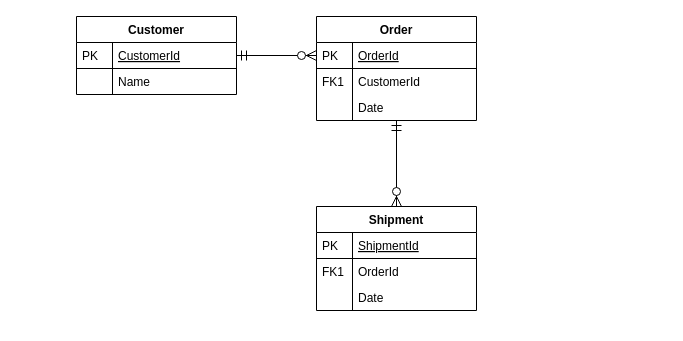
fguendling/due-diligence-tool keeps this draw.io diagram as Untitled Diagram.drawio. Above is the earlier version. Source tidied: cells renumbered, new cells numbered last; positions are measured from the earlier drawing's top-left corner, leaving out a move shared by most shapes. Both pictures are drawn from the tidied source at 100%, with x=0, y=0 at pixel (76, 16).
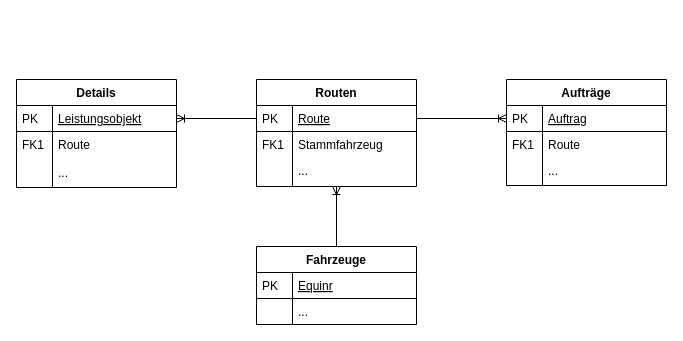
The same page after the edit.

Change to the diagram source:
```diff
@@
+    <mxCell id="23" style="fontSize=12;html=1;endArrow=ERoneToMany;entryX=0;entryY=0.5;entryDx=0;entryDy=0;exitX=1;exitY=0.5;exitDx=0;exitDy=0;" parent="1" edge="1" source="16" target="8">
+      <mxGeometry relative="1" as="geometry" />
+    </mxCell>
+    <mxCell id="24" style="fontSize=12;html=1;endArrow=ERoneToMany;exitX=0.5;exitY=0;exitDx=0;exitDy=0;" parent="1" edge="1" source="32">
+      <mxGeometry relative="1" as="geometry">
+        <mxPoint x="260" y="170" as="targetPoint" />
+      </mxGeometry>
+    </mxCell>
+    <mxCell id="25" style="fontSize=12;html=1;endArrow=ERoneToMany;exitX=0;exitY=0.5;exitDx=0;exitDy=0;entryX=1;entryY=0.5;entryDx=0;entryDy=0;" parent="1" edge="1" source="16" target="3">
+      <mxGeometry relative="1" as="geometry" />
+    </mxCell>
+    <mxCell id="15" value="Routen" style="swimlane;fontStyle=1;horizontal=1;startSize=26;rounded=0;shadow=0;strokeWidth=1;" parent="1" vertex="1">
+      <mxGeometry x="180" y="63" width="160" height="107" as="geometry" />
+    </mxCell>
+    <mxCell id="16" value="Route" style="shape=partialRectangle;top=0;left=0;right=0;bottom=1;align=left;verticalAlign=top;fillColor=none;spacingLeft=40;spacingRight=4;overflow=hidden;points=[[0,0.5],[1,0.5]];portConstraint=eastwest;rounded=0;shadow=0;strokeWidth=1;fontStyle=4;" parent="15" vertex="1">
+      <mxGeometry y="26" width="160" height="26" as="geometry" />
+    </mxCell>
+    <mxCell id="17" value="PK" style="shape=partialRectangle;top=0;left=0;bottom=0;fillColor=none;align=left;verticalAlign=top;spacingLeft=4;spacingRight=4;overflow=hidden;" parent="16" vertex="1">
+      <mxGeometry width="36" height="26" as="geometry" />
+    </mxCell>
+    <mxCell id="18" value="Stammfahrzeug" style="shape=partialRectangle;top=0;left=0;right=0;bottom=0;align=left;verticalAlign=top;fillColor=none;spacingLeft=40;spacingRight=4;overflow=hidden;rounded=0;shadow=0;strokeWidth=1;" parent="15" vertex="1">
+      <mxGeometry y="52" width="160" height="26" as="geometry" />
+    </mxCell>
+    <mxCell id="19" value="FK1" style="shape=partialRectangle;top=0;left=0;bottom=0;fillColor=none;align=left;verticalAlign=top;spacingLeft=4;spacingRight=4;overflow=hidden;" parent="18" vertex="1">
+      <mxGeometry width="36" height="26" as="geometry" />
+    </mxCell>
+    <mxCell id="26" value="..." style="shape=partialRectangle;top=0;left=0;right=0;bottom=0;align=left;verticalAlign=top;fillColor=none;spacingLeft=40;spacingRight=4;overflow=hidden;rounded=0;shadow=0;strokeWidth=1;" parent="15" vertex="1">
+      <mxGeometry y="78" width="160" height="28" as="geometry" />
+    </mxCell>
+    <mxCell id="27" style="shape=partialRectangle;top=0;left=0;bottom=0;fillColor=none;align=left;verticalAlign=top;spacingLeft=4;spacingRight=4;overflow=hidden;" parent="26" vertex="1">
+      <mxGeometry width="36" height="28" as="geometry" />
+    </mxCell>
-    <mxCell id="2" value="Customer" style="swimlane;fontStyle=1;horizontal=1;startSize=26;rounded=0;shadow=0;strokeWidth=1;" parent="1" vertex="1">
-      <mxGeometry width="160" height="78" as="geometry" />
+    <mxCell id="2" value="Details" style="swimlane;fontStyle=1;horizontal=1;startSize=26;rounded=0;shadow=0;strokeWidth=1;" parent="1" vertex="1">
+      <mxGeometry x="-60" y="63" width="160" height="108" as="geometry" />
     </mxCell>
-    <mxCell id="3" value="CustomerId" style="shape=partialRectangle;top=0;left=0;right=0;bottom=1;align=left;verticalAlign=top;fillColor=none;spacingLeft=40;spacingRight=4;overflow=hidden;points=[[0,0.5],[1,0.5]];portConstraint=eastwest;rounded=0;shadow=0;strokeWidth=1;fontStyle=4;" parent="2" vertex="1">
+    <mxCell id="3" value="Leistungsobjekt" style="shape=partialRectangle;top=0;left=0;right=0;bottom=1;align=left;verticalAlign=top;fillColor=none;spacingLeft=40;spacingRight=4;overflow=hidden;points=[[0,0.5],[1,0.5]];portConstraint=eastwest;rounded=0;shadow=0;strokeWidth=1;fontStyle=4;" parent="2" vertex="1">
       <mxGeometry y="26" width="160" height="26" as="geometry" />
     </mxCell>
@@
-    <mxCell id="5" value="Name" style="shape=partialRectangle;top=0;left=0;right=0;bottom=0;align=left;verticalAlign=top;fillColor=none;spacingLeft=40;spacingRight=4;overflow=hidden;rounded=0;shadow=0;strokeWidth=1;" parent="2" vertex="1">
-      <mxGeometry y="52" width="160" height="26" as="geometry" />
+    <mxCell id="5" value="Route" style="shape=partialRectangle;top=0;left=0;right=0;bottom=0;align=left;verticalAlign=top;fillColor=none;spacingLeft=40;spacingRight=4;overflow=hidden;rounded=0;shadow=0;strokeWidth=1;" parent="2" vertex="1">
+      <mxGeometry y="52" width="160" height="28" as="geometry" />
     </mxCell>
-    <mxCell id="6" style="shape=partialRectangle;top=0;left=0;bottom=0;fillColor=none;align=left;verticalAlign=top;spacingLeft=4;spacingRight=4;overflow=hidden;" parent="5" vertex="1">
-      <mxGeometry width="36" height="26" as="geometry" />
+    <mxCell id="6" value="FK1" style="shape=partialRectangle;top=0;left=0;bottom=0;fillColor=none;align=left;verticalAlign=top;spacingLeft=4;spacingRight=4;overflow=hidden;" parent="5" vertex="1">
+      <mxGeometry width="36" height="28" as="geometry" />
     </mxCell>
+    <mxCell id="28" value="..." style="shape=partialRectangle;top=0;left=0;right=0;bottom=0;align=left;verticalAlign=top;fillColor=none;spacingLeft=40;spacingRight=4;overflow=hidden;rounded=0;shadow=0;strokeWidth=1;" parent="2" vertex="1">
+      <mxGeometry y="80" width="160" height="28" as="geometry" />
+    </mxCell>
+    <mxCell id="29" style="shape=partialRectangle;top=0;left=0;bottom=0;fillColor=none;align=left;verticalAlign=top;spacingLeft=4;spacingRight=4;overflow=hidden;" parent="28" vertex="1">
+      <mxGeometry width="36" height="28" as="geometry" />
+    </mxCell>
-    <mxCell id="7" value="Order" style="swimlane;fontStyle=1;horizontal=1;startSize=26;rounded=0;shadow=0;strokeWidth=1;" parent="1" vertex="1">
-      <mxGeometry x="240" width="160" height="104" as="geometry" />
+    <mxCell id="7" value="Aufträge" style="swimlane;fontStyle=1;horizontal=1;startSize=26;rounded=0;shadow=0;strokeWidth=1;" parent="1" vertex="1">
+      <mxGeometry x="430" y="63" width="160" height="106" as="geometry" />
     </mxCell>
-    <mxCell id="8" value="OrderId" style="shape=partialRectangle;top=0;left=0;right=0;bottom=1;align=left;verticalAlign=top;fillColor=none;spacingLeft=40;spacingRight=4;overflow=hidden;points=[[0,0.5],[1,0.5]];portConstraint=eastwest;rounded=0;shadow=0;strokeWidth=1;fontStyle=4;" parent="7" vertex="1">
+    <mxCell id="8" value="Auftrag" style="shape=partialRectangle;top=0;left=0;right=0;bottom=1;align=left;verticalAlign=top;fillColor=none;spacingLeft=40;spacingRight=4;overflow=hidden;points=[[0,0.5],[1,0.5]];portConstraint=eastwest;rounded=0;shadow=0;strokeWidth=1;fontStyle=4;" parent="7" vertex="1">
       <mxGeometry y="26" width="160" height="26" as="geometry" />
     </mxCell>
@@
-    <mxCell id="10" value="CustomerId" style="shape=partialRectangle;top=0;left=0;right=0;bottom=0;align=left;verticalAlign=top;fillColor=none;spacingLeft=40;spacingRight=4;overflow=hidden;rounded=0;shadow=0;strokeWidth=1;" parent="7" vertex="1">
+    <mxCell id="10" value="Route" style="shape=partialRectangle;top=0;left=0;right=0;bottom=0;align=left;verticalAlign=top;fillColor=none;spacingLeft=40;spacingRight=4;overflow=hidden;rounded=0;shadow=0;strokeWidth=1;" parent="7" vertex="1">
       <mxGeometry y="52" width="160" height="26" as="geometry" />
     </mxCell>
@@
-    <mxCell id="12" value="Date" style="shape=partialRectangle;top=0;left=0;right=0;bottom=0;align=left;verticalAlign=top;fillColor=none;spacingLeft=40;spacingRight=4;overflow=hidden;rounded=0;shadow=0;strokeWidth=1;" parent="7" vertex="1">
-      <mxGeometry y="78" width="160" height="26" as="geometry" />
-    </mxCell>
-    <mxCell id="13" style="shape=partialRectangle;top=0;left=0;bottom=0;fillColor=none;align=left;verticalAlign=top;spacingLeft=4;spacingRight=4;overflow=hidden;" parent="12" vertex="1">
-      <mxGeometry width="36" height="26" as="geometry" />
-    </mxCell>
-    <mxCell id="14" style="edgeStyle=orthogonalEdgeStyle;endArrow=ERzeroToMany;startArrow=ERmandOne;shadow=0;strokeWidth=1;endSize=8;startSize=8;" parent="1" edge="1" source="3" target="8">
-      <mxGeometry relative="1" as="geometry" />
-    </mxCell>
-    <mxCell id="15" value="Shipment" style="swimlane;fontStyle=1;horizontal=1;startSize=26;rounded=0;shadow=0;strokeWidth=1;" parent="1" vertex="1">
-      <mxGeometry x="240" y="190" width="160" height="104" as="geometry" />
-    </mxCell>
-    <mxCell id="16" value="ShipmentId" style="shape=partialRectangle;top=0;left=0;right=0;bottom=1;align=left;verticalAlign=top;fillColor=none;spacingLeft=40;spacingRight=4;overflow=hidden;points=[[0,0.5],[1,0.5]];portConstraint=eastwest;rounded=0;shadow=0;strokeWidth=1;fontStyle=4;" parent="15" vertex="1">
-      <mxGeometry y="26" width="160" height="26" as="geometry" />
-    </mxCell>
-    <mxCell id="17" value="PK" style="shape=partialRectangle;top=0;left=0;bottom=0;fillColor=none;align=left;verticalAlign=top;spacingLeft=4;spacingRight=4;overflow=hidden;" parent="16" vertex="1">
-      <mxGeometry width="36" height="26" as="geometry" />
-    </mxCell>
-    <mxCell id="18" value="OrderId" style="shape=partialRectangle;top=0;left=0;right=0;bottom=0;align=left;verticalAlign=top;fillColor=none;spacingLeft=40;spacingRight=4;overflow=hidden;rounded=0;shadow=0;strokeWidth=1;" parent="15" vertex="1">
-      <mxGeometry y="52" width="160" height="26" as="geometry" />
-    </mxCell>
-    <mxCell id="19" value="FK1" style="shape=partialRectangle;top=0;left=0;bottom=0;fillColor=none;align=left;verticalAlign=top;spacingLeft=4;spacingRight=4;overflow=hidden;" parent="18" vertex="1">
-      <mxGeometry width="36" height="26" as="geometry" />
-    </mxCell>
-    <mxCell id="20" value="Date" style="shape=partialRectangle;top=0;left=0;right=0;bottom=0;align=left;verticalAlign=top;fillColor=none;spacingLeft=40;spacingRight=4;overflow=hidden;rounded=0;shadow=0;strokeWidth=1;" parent="15" vertex="1">
-      <mxGeometry y="78" width="160" height="26" as="geometry" />
-    </mxCell>
-    <mxCell id="21" style="shape=partialRectangle;top=0;left=0;bottom=0;fillColor=none;align=left;verticalAlign=top;spacingLeft=4;spacingRight=4;overflow=hidden;" parent="20" vertex="1">
-      <mxGeometry width="36" height="26" as="geometry" />
-    </mxCell>
-    <mxCell id="22" style="edgeStyle=orthogonalEdgeStyle;endArrow=ERzeroToMany;startArrow=ERmandOne;shadow=0;strokeWidth=1;endSize=8;startSize=8;" parent="1" edge="1" source="7" target="15">
-      <mxGeometry relative="1" as="geometry" />
-    </mxCell>
+    <mxCell id="30" value="..." style="shape=partialRectangle;top=0;left=0;right=0;bottom=0;align=left;verticalAlign=top;fillColor=none;spacingLeft=40;spacingRight=4;overflow=hidden;rounded=0;shadow=0;strokeWidth=1;" parent="7" vertex="1">
+      <mxGeometry y="78" width="160" height="28" as="geometry" />
+    </mxCell>
+    <mxCell id="31" style="shape=partialRectangle;top=0;left=0;bottom=0;fillColor=none;align=left;verticalAlign=top;spacingLeft=4;spacingRight=4;overflow=hidden;" parent="30" vertex="1">
+      <mxGeometry width="36" height="28" as="geometry" />
+    </mxCell>
+    <mxCell id="32" value="Fahrzeuge" style="swimlane;fontStyle=1;horizontal=1;startSize=26;rounded=0;shadow=0;strokeWidth=1;" parent="1" vertex="1">
+      <mxGeometry x="180" y="230" width="160" height="78" as="geometry" />
+    </mxCell>
+    <mxCell id="33" value="Equinr" style="shape=partialRectangle;top=0;left=0;right=0;bottom=1;align=left;verticalAlign=top;fillColor=none;spacingLeft=40;spacingRight=4;overflow=hidden;rounded=0;shadow=0;strokeWidth=1;fontStyle=4;" parent="32" vertex="1">
+      <mxGeometry y="26" width="160" height="26" as="geometry" />
+    </mxCell>
+    <mxCell id="34" value="PK" style="shape=partialRectangle;top=0;left=0;bottom=0;fillColor=none;align=left;verticalAlign=top;spacingLeft=4;spacingRight=4;overflow=hidden;" parent="33" vertex="1">
+      <mxGeometry width="36" height="26" as="geometry" />
+    </mxCell>
+    <mxCell id="35" value="..." style="shape=partialRectangle;top=0;left=0;right=0;bottom=0;align=left;verticalAlign=top;fillColor=none;spacingLeft=40;spacingRight=4;overflow=hidden;rounded=0;shadow=0;strokeWidth=1;" parent="32" vertex="1">
+      <mxGeometry y="52" width="160" height="26" as="geometry" />
+    </mxCell>
+    <mxCell id="36" style="shape=partialRectangle;top=0;left=0;bottom=0;fillColor=none;align=left;verticalAlign=top;spacingLeft=4;spacingRight=4;overflow=hidden;" parent="35" vertex="1">
+      <mxGeometry width="36" height="26" as="geometry" />
+    </mxCell>
```
